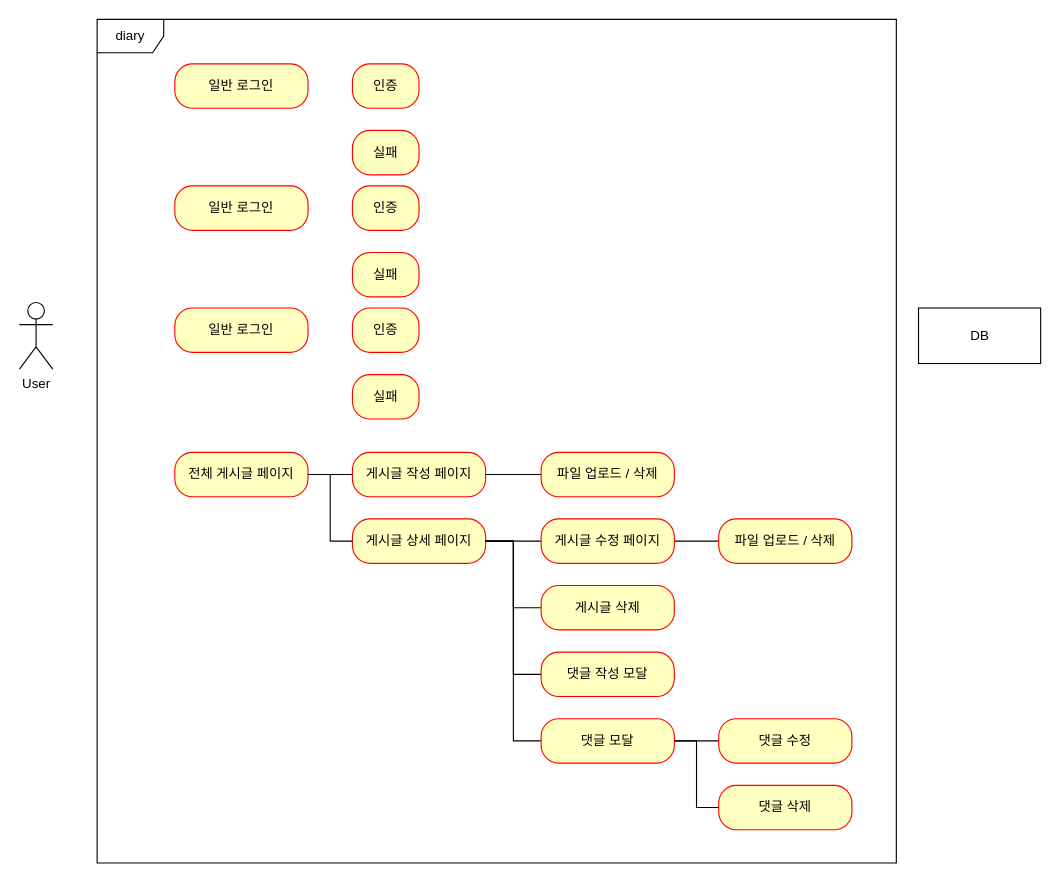
The draw.io diagram document/use-case.drawio in mrcocoball/cocoball-diary, before the edit. Source tidied: cells renumbered, new cells numbered last; positions are measured from the earlier drawing's top-left corner, leaving out a move shared by most shapes. Both pictures are drawn from the tidied source at 111%, with x=0, y=0 at pixel (19, 19).
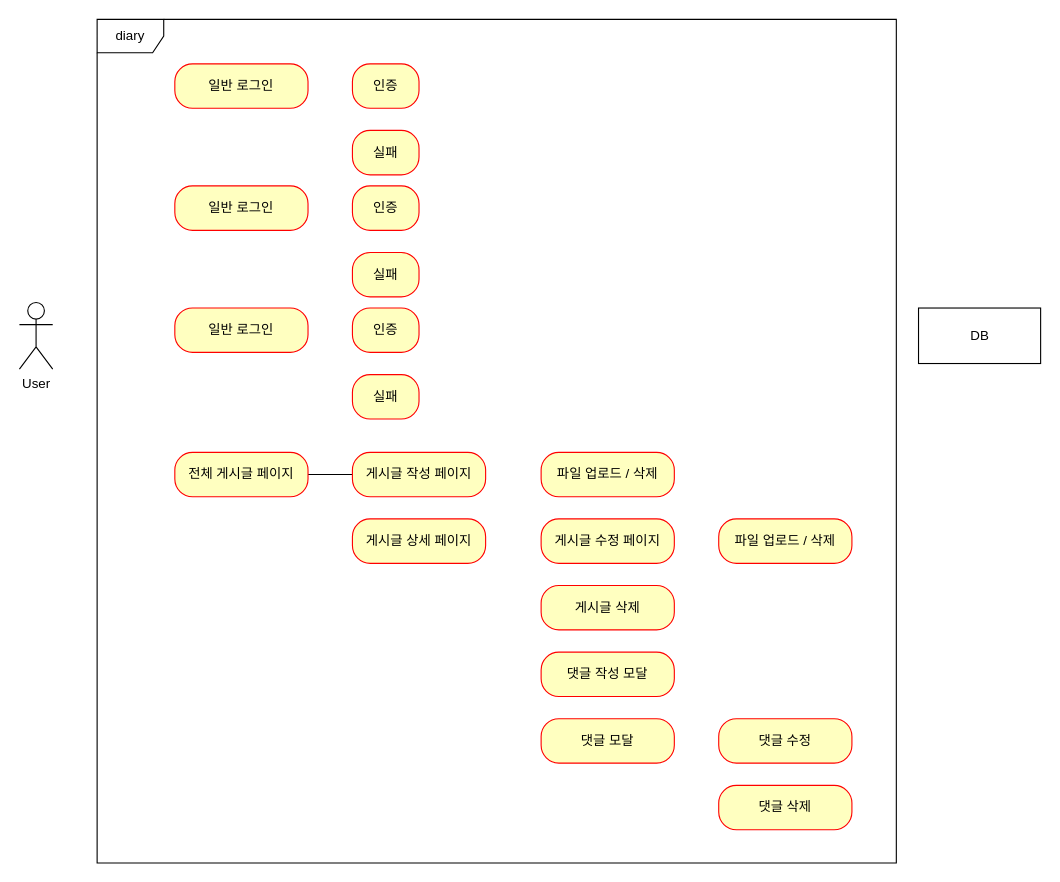
Above is the later version.

Commit message:
#43 - use-case 업데이트

The change refers to these unchanged cells:
```xml
<mxCell id="7" value="전체 게시글 페이지" style="rounded=1;whiteSpace=wrap;html=1;arcSize=40;fontColor=#000000;fillColor=#ffffc0;strokeColor=#ff0000;" parent="1" vertex="1">
  <mxGeometry x="140" y="390" width="120" height="40" as="geometry" />
</mxCell>
<mxCell id="10" value="게시글 상세 페이지" style="rounded=1;whiteSpace=wrap;html=1;arcSize=40;fontColor=#000000;fillColor=#ffffc0;strokeColor=#ff0000;" parent="1" vertex="1">
  <mxGeometry x="300" y="450" width="120" height="40" as="geometry" />
</mxCell>
<mxCell id="11" value="게시글 작성 페이지" style="rounded=1;whiteSpace=wrap;html=1;arcSize=40;fontColor=#000000;fillColor=#ffffc0;strokeColor=#ff0000;" parent="1" vertex="1">
  <mxGeometry x="300" y="390" width="120" height="40" as="geometry" />
</mxCell>
<mxCell id="13" value="게시글 수정 페이지" style="rounded=1;whiteSpace=wrap;html=1;arcSize=40;fontColor=#000000;fillColor=#ffffc0;strokeColor=#ff0000;" parent="1" vertex="1">
  <mxGeometry x="470" y="450" width="120" height="40" as="geometry" />
</mxCell>
<mxCell id="15" value="게시글 삭제" style="rounded=1;whiteSpace=wrap;html=1;arcSize=40;fontColor=#000000;fillColor=#ffffc0;strokeColor=#ff0000;" parent="1" vertex="1">
  <mxGeometry x="470" y="510" width="120" height="40" as="geometry" />
</mxCell>
<mxCell id="17" value="댓글 작성 모달" style="rounded=1;whiteSpace=wrap;html=1;arcSize=40;fontColor=#000000;fillColor=#ffffc0;strokeColor=#ff0000;" parent="1" vertex="1">
  <mxGeometry x="470" y="570" width="120" height="40" as="geometry" />
</mxCell>
<mxCell id="20" value="댓글 모달" style="rounded=1;whiteSpace=wrap;html=1;arcSize=40;fontColor=#000000;fillColor=#ffffc0;strokeColor=#ff0000;" parent="1" vertex="1">
  <mxGeometry x="470" y="630" width="120" height="40" as="geometry" />
</mxCell>
<mxCell id="21" value="댓글 수정" style="rounded=1;whiteSpace=wrap;html=1;arcSize=40;fontColor=#000000;fillColor=#ffffc0;strokeColor=#ff0000;" parent="1" vertex="1">
  <mxGeometry x="630" y="630" width="120" height="40" as="geometry" />
</mxCell>
<mxCell id="23" value="댓글 삭제" style="rounded=1;whiteSpace=wrap;html=1;arcSize=40;fontColor=#000000;fillColor=#ffffc0;strokeColor=#ff0000;" parent="1" vertex="1">
  <mxGeometry x="630" y="690" width="120" height="40" as="geometry" />
</mxCell>
<mxCell id="25" value="파일 업로드 / 삭제" style="rounded=1;whiteSpace=wrap;html=1;arcSize=40;fontColor=#000000;fillColor=#ffffc0;strokeColor=#ff0000;" parent="1" vertex="1">
  <mxGeometry x="470" y="390" width="120" height="40" as="geometry" />
</mxCell>
<mxCell id="26" value="파일 업로드 / 삭제" style="rounded=1;whiteSpace=wrap;html=1;arcSize=40;fontColor=#000000;fillColor=#ffffc0;strokeColor=#ff0000;" parent="1" vertex="1">
  <mxGeometry x="630" y="450" width="120" height="40" as="geometry" />
</mxCell>
```

The edit, as a diff of the source:
```diff
@@
-    <mxCell id="8" style="edgeStyle=orthogonalEdgeStyle;rounded=0;jettySize=auto;html=1;entryX=0;entryY=0.5;entryDx=0;entryDy=0;endArrow=none;endFill=0;" parent="1" edge="1" source="10" target="13">
-      <mxGeometry relative="1" as="geometry" />
-    </mxCell>
-    <mxCell id="9" style="edgeStyle=orthogonalEdgeStyle;rounded=0;jettySize=auto;html=1;entryX=1;entryY=0.5;entryDx=0;entryDy=0;endArrow=none;endFill=0;" parent="1" edge="1" source="10" target="7">
-      <mxGeometry relative="1" as="geometry" />
-    </mxCell>
@@
-    <mxCell id="12" style="edgeStyle=orthogonalEdgeStyle;rounded=0;jettySize=auto;html=1;endArrow=none;endFill=0;" parent="1" edge="1" source="13" target="26">
-      <mxGeometry relative="1" as="geometry" />
-    </mxCell>
@@
-    <mxCell id="14" style="edgeStyle=orthogonalEdgeStyle;rounded=0;jettySize=auto;html=1;entryX=1;entryY=0.5;entryDx=0;entryDy=0;endArrow=none;endFill=0;" parent="1" edge="1" source="15" target="10">
-      <mxGeometry relative="1" as="geometry" />
-    </mxCell>
@@
-    <mxCell id="16" style="edgeStyle=orthogonalEdgeStyle;rounded=0;jettySize=auto;html=1;entryX=1;entryY=0.5;entryDx=0;entryDy=0;endArrow=none;endFill=0;" parent="1" edge="1" source="17" target="10">
-      <mxGeometry relative="1" as="geometry" />
-    </mxCell>
@@
-    <mxCell id="18" style="edgeStyle=orthogonalEdgeStyle;rounded=0;jettySize=auto;html=1;entryX=1;entryY=0.5;entryDx=0;entryDy=0;endArrow=none;endFill=0;" parent="1" edge="1" source="20" target="10">
-      <mxGeometry relative="1" as="geometry" />
-    </mxCell>
-    <mxCell id="19" style="edgeStyle=orthogonalEdgeStyle;rounded=0;jettySize=auto;html=1;endArrow=none;endFill=0;" parent="1" edge="1" source="20" target="21">
-      <mxGeometry relative="1" as="geometry" />
-    </mxCell>
@@
-    <mxCell id="22" style="edgeStyle=orthogonalEdgeStyle;rounded=0;jettySize=auto;html=1;entryX=1;entryY=0.5;entryDx=0;entryDy=0;endArrow=none;endFill=0;" parent="1" edge="1" source="23" target="20">
-      <mxGeometry relative="1" as="geometry" />
-    </mxCell>
@@
-    <mxCell id="24" style="edgeStyle=orthogonalEdgeStyle;rounded=0;jettySize=auto;html=1;endArrow=none;endFill=0;" parent="1" edge="1" source="25" target="11">
-      <mxGeometry relative="1" as="geometry" />
-    </mxCell>
```
